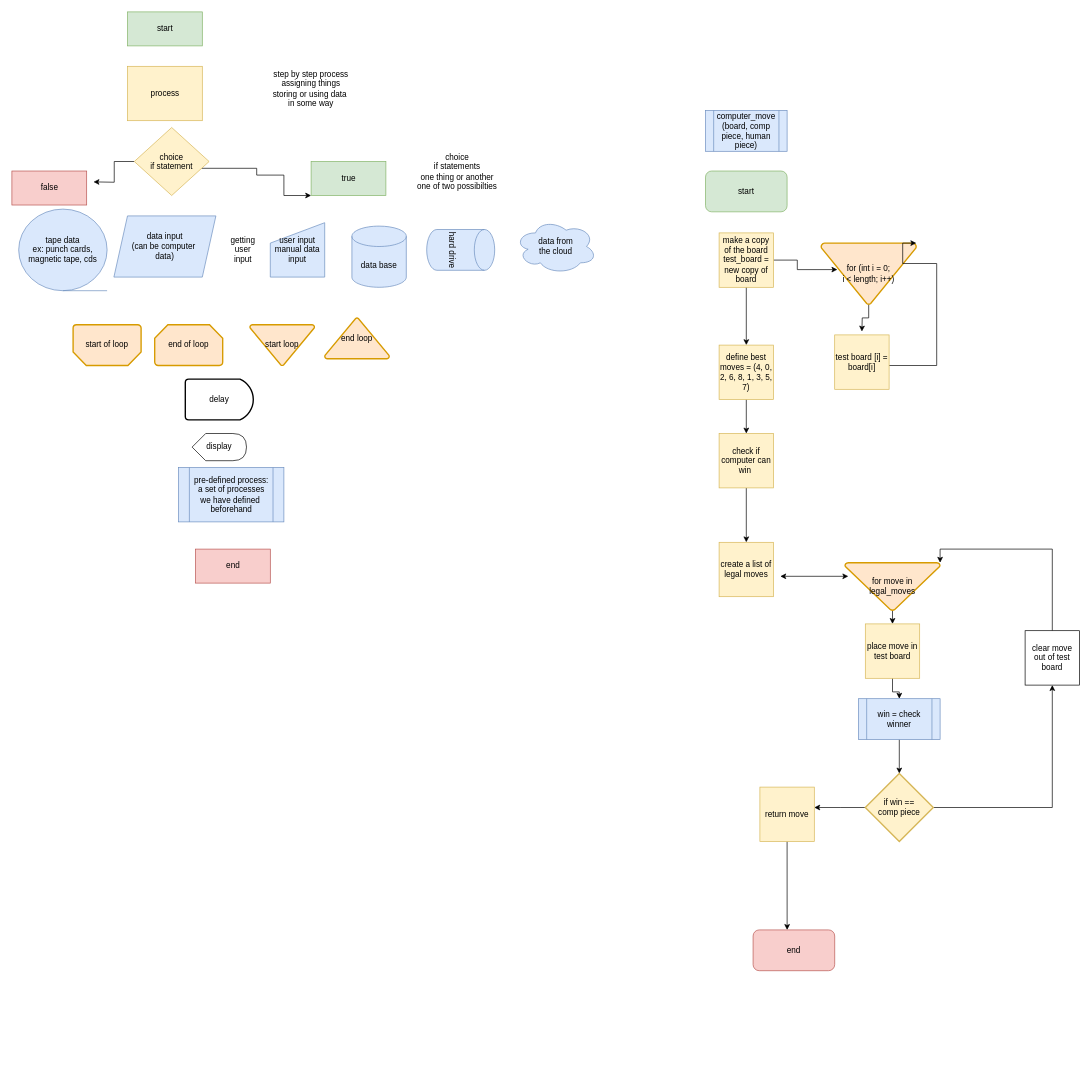
The draw.io diagram Untitled Diagram.drawio in LydiaPorter/GuessMyNumber, before the edit. Source tidied: cells renumbered, new cells numbered last; positions are measured from the earlier drawing's top-left corner, leaving out a move shared by most shapes. Both pictures are drawn from the tidied source at 68%, with x=0, y=0 at pixel (12, 12).
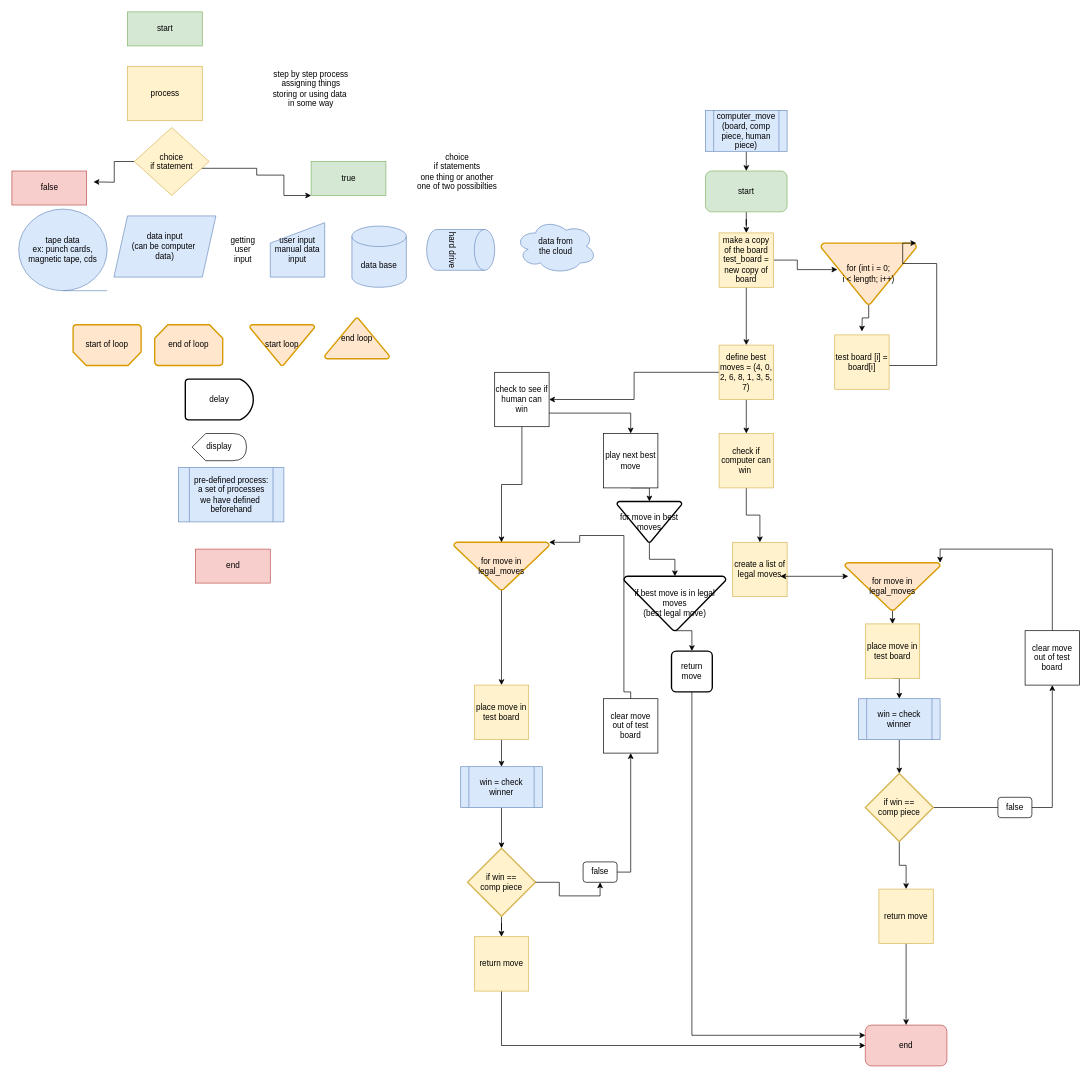
The same diagram, later.

Commit message:
TIC TAC TOE AI Flow.drawio

Unchanged cells that the change refers to:
```xml
<mxCell id="26" value="computer_move&lt;br&gt;(board, comp piece, human piece)" style="shape=process;whiteSpace=wrap;html=1;backgroundOutline=1;fillColor=#dae8fc;strokeColor=#6c8ebf;" parent="1" vertex="1">
  <mxGeometry x="1020" y="145" width="120" height="60" as="geometry" />
</mxCell>
<mxCell id="27" value="start" style="rounded=1;whiteSpace=wrap;html=1;fillColor=#d5e8d4;strokeColor=#82b366;" parent="1" vertex="1">
  <mxGeometry x="1020" y="234" width="120" height="60" as="geometry" />
</mxCell>
<mxCell id="30" value="make a copy of the board&lt;br&gt;test_board = new copy of board" style="whiteSpace=wrap;html=1;fillColor=#fff2cc;strokeColor=#d6b656;" parent="1" vertex="1">
  <mxGeometry x="1040" y="325" width="80" height="80" as="geometry" />
</mxCell>
<mxCell id="36" value="define best moves = (4, 0, 2, 6, 8, 1, 3, 5, 7)" style="whiteSpace=wrap;html=1;fillColor=#fff2cc;strokeColor=#d6b656;" parent="1" vertex="1">
  <mxGeometry x="1040" y="490" width="80" height="80" as="geometry" />
</mxCell>
<mxCell id="44" value="place move in test board" style="whiteSpace=wrap;html=1;fillColor=#fff2cc;strokeColor=#d6b656;" parent="1" vertex="1">
  <mxGeometry x="1255" y="900" width="80" height="80" as="geometry" />
</mxCell>
<mxCell id="47" value="win = check winner" style="shape=process;whiteSpace=wrap;html=1;backgroundOutline=1;fillColor=#dae8fc;strokeColor=#6c8ebf;" parent="1" vertex="1">
  <mxGeometry x="1245" y="1010" width="120" height="60" as="geometry" />
</mxCell>
<mxCell id="50" value="if win == &lt;br&gt;comp piece" style="strokeWidth=2;html=1;shape=mxgraph.flowchart.decision;whiteSpace=wrap;fillColor=#fff2cc;strokeColor=#d6b656;" parent="1" vertex="1">
  <mxGeometry x="1255" y="1120" width="100" height="100" as="geometry" />
</mxCell>
```

Diff of the diagram source:
```diff
@@
+    <mxCell id="55" style="edgeStyle=orthogonalEdgeStyle;rounded=0;jettySize=auto;html=1;exitX=0.5;exitY=1;exitDx=0;exitDy=0;entryX=0.5;entryY=0;entryDx=0;entryDy=0;" parent="1" edge="1" source="26" target="27">
+      <mxGeometry relative="1" as="geometry" />
+    </mxCell>
@@
+    <mxCell id="56" style="edgeStyle=orthogonalEdgeStyle;rounded=0;jettySize=auto;html=1;exitX=0.5;exitY=1;exitDx=0;exitDy=0;" parent="1" edge="1" source="27" target="30">
+      <mxGeometry relative="1" as="geometry" />
+    </mxCell>
@@
+    <mxCell id="57" style="edgeStyle=orthogonalEdgeStyle;rounded=0;jettySize=auto;html=1;exitX=0;exitY=0.5;exitDx=0;exitDy=0;" parent="1" edge="1" source="36" target="61">
+      <mxGeometry relative="1" as="geometry" />
+    </mxCell>
@@
     <mxCell id="39" value="create a list of legal moves" style="whiteSpace=wrap;html=1;fillColor=#fff2cc;strokeColor=#d6b656;" parent="1" vertex="1">
-      <mxGeometry x="1040" y="780" width="80" height="80" as="geometry" />
+      <mxGeometry x="1060" y="780" width="80" height="80" as="geometry" />
     </mxCell>
@@
-    <mxCell id="43" style="edgeStyle=orthogonalEdgeStyle;rounded=0;jettySize=auto;html=1;" parent="1" edge="1" source="44" target="47">
+    <mxCell id="43" style="edgeStyle=orthogonalEdgeStyle;rounded=0;jettySize=auto;html=1;exitX=0.5;exitY=1;exitDx=0;exitDy=0;entryX=0.5;entryY=0;entryDx=0;entryDy=0;" parent="1" edge="1" source="44" target="47">
       <mxGeometry relative="1" as="geometry" />
     </mxCell>
@@
     <mxCell id="45" value="end" style="rounded=1;whiteSpace=wrap;html=1;fillColor=#f8cecc;strokeColor=#b85450;" parent="1" vertex="1">
-      <mxGeometry x="1090" y="1350" width="120" height="60" as="geometry" />
+      <mxGeometry x="1255" y="1490" width="120" height="60" as="geometry" />
     </mxCell>
@@
-    <mxCell id="48" style="edgeStyle=orthogonalEdgeStyle;rounded=0;jettySize=auto;html=1;exitX=0;exitY=0.5;exitDx=0;exitDy=0;exitPerimeter=0;" parent="1" edge="1" source="50">
-      <mxGeometry relative="1" as="geometry">
-        <mxPoint x="1180" y="1170" as="targetPoint" />
-      </mxGeometry>
-    </mxCell>
@@
+    <mxCell id="58" style="edgeStyle=orthogonalEdgeStyle;rounded=0;jettySize=auto;html=1;exitX=0.5;exitY=1;exitDx=0;exitDy=0;exitPerimeter=0;" parent="1" edge="1" source="50" target="52">
+      <mxGeometry relative="1" as="geometry" />
+    </mxCell>
@@
-    <mxCell id="51" style="edgeStyle=orthogonalEdgeStyle;rounded=0;jettySize=auto;html=1;exitX=0.5;exitY=1;exitDx=0;exitDy=0;entryX=0.417;entryY=0;entryDx=0;entryDy=0;entryPerimeter=0;" parent="1" edge="1" source="52" target="45">
+    <mxCell id="51" style="edgeStyle=orthogonalEdgeStyle;rounded=0;jettySize=auto;html=1;exitX=0.5;exitY=1;exitDx=0;exitDy=0;" parent="1" edge="1" source="52" target="45">
       <mxGeometry relative="1" as="geometry" />
     </mxCell>
     <mxCell id="52" value="return move" style="whiteSpace=wrap;html=1;fillColor=#fff2cc;strokeColor=#d6b656;" parent="1" vertex="1">
-      <mxGeometry x="1100" y="1140" width="80" height="80" as="geometry" />
+      <mxGeometry x="1275" y="1290" width="80" height="80" as="geometry" />
     </mxCell>
@@
+    <mxCell id="59" value="false" style="rounded=1;whiteSpace=wrap;html=1;" parent="1" vertex="1">
+      <mxGeometry x="1450" y="1155" width="50" height="30" as="geometry" />
+    </mxCell>
+    <mxCell id="60" style="edgeStyle=orthogonalEdgeStyle;rounded=0;jettySize=auto;html=1;exitX=1;exitY=0.75;exitDx=0;exitDy=0;entryX=0.5;entryY=0;entryDx=0;entryDy=0;" parent="1" edge="1" source="61" target="77">
+      <mxGeometry relative="1" as="geometry" />
+    </mxCell>
+    <mxCell id="61" value="check to see if human can win" style="whiteSpace=wrap;html=1;" parent="1" vertex="1">
+      <mxGeometry x="710" y="530" width="80" height="80" as="geometry" />
+    </mxCell>
+    <mxCell id="62" style="edgeStyle=orthogonalEdgeStyle;rounded=0;jettySize=auto;html=1;exitX=0.5;exitY=1;exitDx=0;exitDy=0;exitPerimeter=0;entryX=0.5;entryY=0;entryDx=0;entryDy=0;" parent="1" edge="1" source="74" target="64">
+      <mxGeometry relative="1" as="geometry" />
+    </mxCell>
+    <mxCell id="63" style="edgeStyle=orthogonalEdgeStyle;rounded=0;jettySize=auto;html=1;exitX=0.5;exitY=1;exitDx=0;exitDy=0;entryX=0.5;entryY=0;entryDx=0;entryDy=0;" parent="1" edge="1" source="64" target="66">
+      <mxGeometry relative="1" as="geometry" />
+    </mxCell>
+    <mxCell id="64" value="place move in test board" style="whiteSpace=wrap;html=1;fillColor=#fff2cc;strokeColor=#d6b656;" parent="1" vertex="1">
+      <mxGeometry x="680" y="990" width="80" height="80" as="geometry" />
+    </mxCell>
+    <mxCell id="65" style="edgeStyle=orthogonalEdgeStyle;rounded=0;jettySize=auto;html=1;exitX=0.5;exitY=1;exitDx=0;exitDy=0;" parent="1" edge="1" source="66" target="69">
+      <mxGeometry relative="1" as="geometry" />
+    </mxCell>
+    <mxCell id="66" value="win = check winner" style="shape=process;whiteSpace=wrap;html=1;backgroundOutline=1;fillColor=#dae8fc;strokeColor=#6c8ebf;" parent="1" vertex="1">
+      <mxGeometry x="660" y="1110" width="120" height="60" as="geometry" />
+    </mxCell>
+    <mxCell id="67" style="edgeStyle=orthogonalEdgeStyle;rounded=0;jettySize=auto;html=1;exitX=1;exitY=0.5;exitDx=0;exitDy=0;exitPerimeter=0;entryX=0.5;entryY=1;entryDx=0;entryDy=0;" parent="1" edge="1" source="80" target="73">
+      <mxGeometry relative="1" as="geometry" />
+    </mxCell>
+    <mxCell id="68" style="edgeStyle=orthogonalEdgeStyle;rounded=0;jettySize=auto;html=1;exitX=0.5;exitY=1;exitDx=0;exitDy=0;exitPerimeter=0;" parent="1" edge="1" source="69" target="71">
+      <mxGeometry relative="1" as="geometry" />
+    </mxCell>
+    <mxCell id="69" value="if win == &lt;br&gt;comp piece" style="strokeWidth=2;html=1;shape=mxgraph.flowchart.decision;whiteSpace=wrap;fillColor=#fff2cc;strokeColor=#d6b656;" parent="1" vertex="1">
+      <mxGeometry x="670" y="1230" width="100" height="100" as="geometry" />
+    </mxCell>
+    <mxCell id="70" style="edgeStyle=orthogonalEdgeStyle;rounded=0;jettySize=auto;html=1;exitX=0.5;exitY=1;exitDx=0;exitDy=0;entryX=0;entryY=0.5;entryDx=0;entryDy=0;" parent="1" edge="1" source="71" target="45">
+      <mxGeometry relative="1" as="geometry" />
+    </mxCell>
+    <mxCell id="71" value="return move" style="whiteSpace=wrap;html=1;fillColor=#fff2cc;strokeColor=#d6b656;" parent="1" vertex="1">
+      <mxGeometry x="680" y="1360" width="80" height="80" as="geometry" />
+    </mxCell>
+    <mxCell id="72" style="edgeStyle=orthogonalEdgeStyle;rounded=0;jettySize=auto;html=1;exitX=0.5;exitY=0;exitDx=0;exitDy=0;entryX=1;entryY=0;entryDx=0;entryDy=0;entryPerimeter=0;" parent="1" edge="1" source="73" target="74">
+      <mxGeometry relative="1" as="geometry">
+        <Array as="points">
+          <mxPoint x="900" y="1000" />
+          <mxPoint x="900" y="770" />
+          <mxPoint x="835" y="770" />
+        </Array>
+      </mxGeometry>
+    </mxCell>
+    <mxCell id="73" value="clear move out of test board" style="whiteSpace=wrap;html=1;" parent="1" vertex="1">
+      <mxGeometry x="870" y="1010" width="80" height="80" as="geometry" />
+    </mxCell>
+    <mxCell id="74" value="for move in &lt;br&gt;legal_moves" style="strokeWidth=2;html=1;shape=mxgraph.flowchart.merge_or_storage;whiteSpace=wrap;fillColor=#ffe6cc;strokeColor=#d79b00;" parent="1" vertex="1">
+      <mxGeometry x="650" y="780" width="140" height="70" as="geometry" />
+    </mxCell>
+    <mxCell id="75" style="edgeStyle=orthogonalEdgeStyle;rounded=0;jettySize=auto;html=1;exitX=0.5;exitY=1;exitDx=0;exitDy=0;" parent="1" edge="1" source="61" target="74">
+      <mxGeometry relative="1" as="geometry" />
+    </mxCell>
+    <mxCell id="76" style="edgeStyle=orthogonalEdgeStyle;rounded=0;jettySize=auto;html=1;exitX=0.5;exitY=1;exitDx=0;exitDy=0;entryX=0.5;entryY=0;entryDx=0;entryDy=0;entryPerimeter=0;" parent="1" edge="1" source="77" target="79">
+      <mxGeometry relative="1" as="geometry" />
+    </mxCell>
+    <mxCell id="77" value="play next best move" style="whiteSpace=wrap;html=1;" parent="1" vertex="1">
+      <mxGeometry x="870" y="620" width="80" height="80" as="geometry" />
+    </mxCell>
+    <mxCell id="78" style="edgeStyle=orthogonalEdgeStyle;rounded=0;jettySize=auto;html=1;exitX=0.5;exitY=1;exitDx=0;exitDy=0;exitPerimeter=0;entryX=0.5;entryY=0;entryDx=0;entryDy=0;entryPerimeter=0;" parent="1" edge="1" source="79" target="83">
+      <mxGeometry relative="1" as="geometry" />
+    </mxCell>
+    <mxCell id="79" value="for move in best moves" style="strokeWidth=2;html=1;shape=mxgraph.flowchart.merge_or_storage;whiteSpace=wrap;" parent="1" vertex="1">
+      <mxGeometry x="890" y="720" width="95" height="60" as="geometry" />
+    </mxCell>
+    <mxCell id="80" value="false" style="rounded=1;whiteSpace=wrap;html=1;" parent="1" vertex="1">
+      <mxGeometry x="840" y="1250" width="50" height="30" as="geometry" />
+    </mxCell>
+    <mxCell id="81" style="edgeStyle=orthogonalEdgeStyle;rounded=0;jettySize=auto;html=1;exitX=1;exitY=0.5;exitDx=0;exitDy=0;exitPerimeter=0;entryX=0.5;entryY=1;entryDx=0;entryDy=0;" parent="1" edge="1" source="69" target="80">
+      <mxGeometry relative="1" as="geometry" />
+    </mxCell>
+    <mxCell id="82" style="edgeStyle=orthogonalEdgeStyle;rounded=0;jettySize=auto;html=1;exitX=0.5;exitY=1;exitDx=0;exitDy=0;exitPerimeter=0;entryX=0.5;entryY=0;entryDx=0;entryDy=0;" parent="1" edge="1" source="83" target="85">
+      <mxGeometry relative="1" as="geometry" />
+    </mxCell>
+    <mxCell id="83" value="if best move is in legal moves&lt;br&gt;(best legal move)" style="strokeWidth=2;html=1;shape=mxgraph.flowchart.merge_or_storage;whiteSpace=wrap;" parent="1" vertex="1">
+      <mxGeometry x="900" y="830" width="150" height="80" as="geometry" />
+    </mxCell>
+    <mxCell id="84" style="edgeStyle=orthogonalEdgeStyle;rounded=0;jettySize=auto;html=1;exitX=0.5;exitY=1;exitDx=0;exitDy=0;entryX=0;entryY=0.25;entryDx=0;entryDy=0;" parent="1" edge="1" source="85" target="45">
+      <mxGeometry relative="1" as="geometry" />
+    </mxCell>
+    <mxCell id="85" value="return move" style="rounded=1;whiteSpace=wrap;html=1;absoluteArcSize=1;arcSize=14;strokeWidth=2;" parent="1" vertex="1">
+      <mxGeometry x="970" y="940" width="60" height="60" as="geometry" />
+    </mxCell>
```
